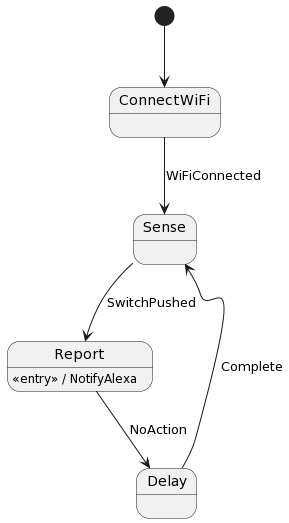
Earlier version of the PlantUML export src/esp-12e-alexa-door-bell/fsm.plantuml.png (tekkies/esp-12e-alexa-door-bell).
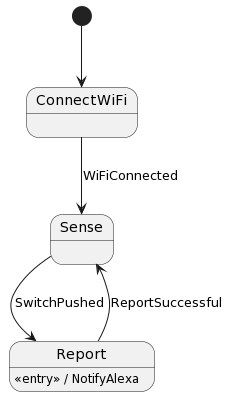
After the commit.

The edit, as a diff of the source:
```diff
@@ -3,6 +3,5 @@
 ConnectWiFi --> Sense: WiFiConnected
 Sense --> Report: SwitchPushed
 Report : <<entry>> / NotifyAlexa
-Report --> Delay : NoAction
-Delay --> Sense : Complete
+Report --> Sense : ReportSuccessful
 @enduml
```
